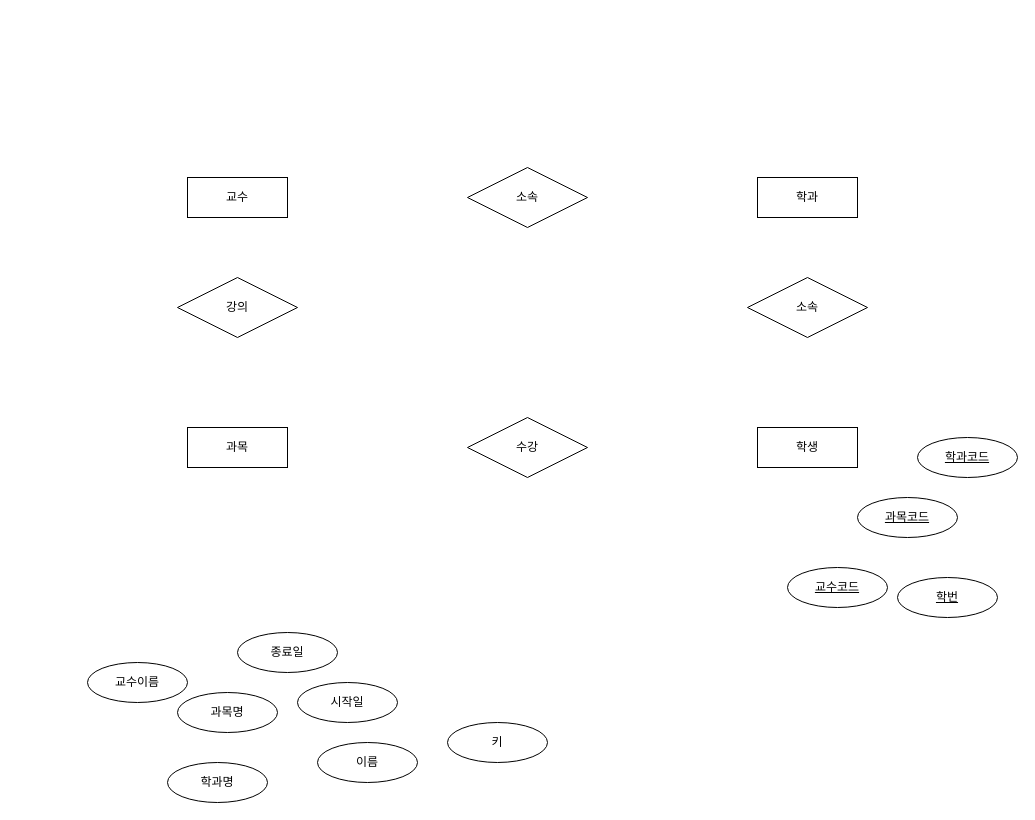
Before: page "페이지-2" (2 of 2) of 온라인전자상거래.drawio in jung79human79/databig, a draw.io diagram. Source tidied: cells renumbered, new cells numbered last; positions are measured from the earlier drawing's top-left corner, leaving out a move shared by most shapes. Both pictures are drawn from the tidied source at 100%, with x=0, y=0 at pixel (87, 167).
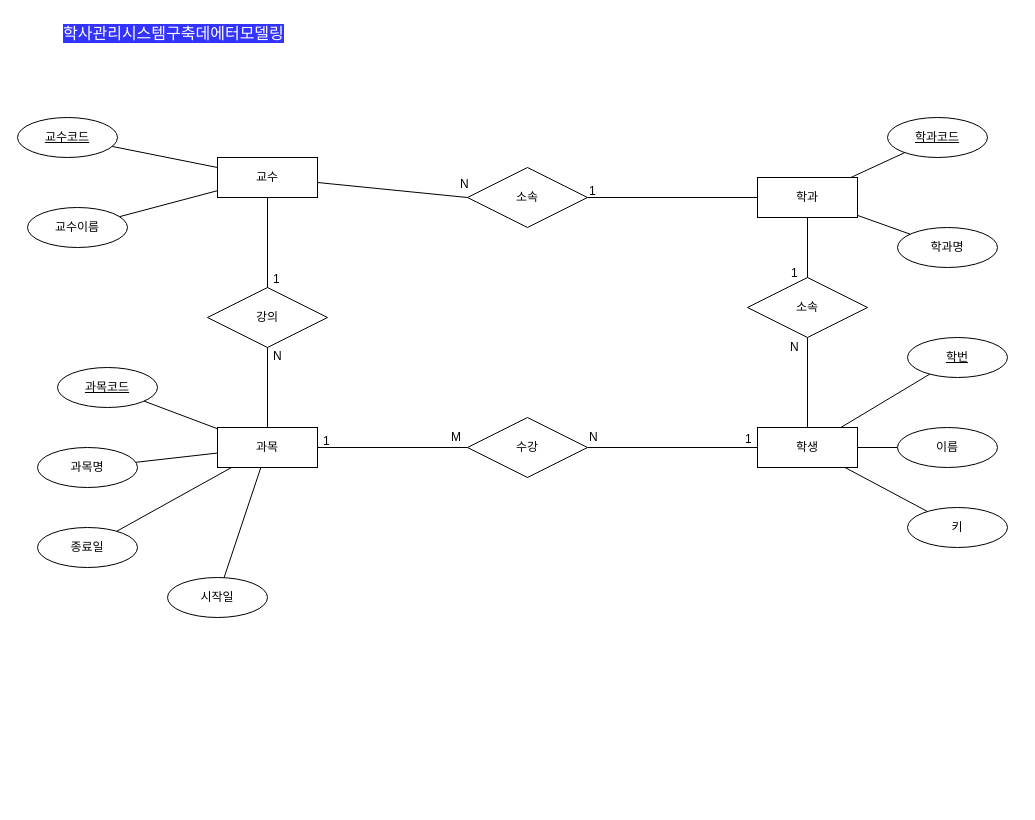
The same page after the edit.

Commit message (it also covers changes not shown here):
온라인전자상거래.drawio 업데이트

Unchanged cells that the change refers to:
```xml
<mxCell id="4" value="학과" style="whiteSpace=wrap;html=1;align=center;" parent="1" vertex="1">
  <mxGeometry x="670" y="10" width="100" height="40" as="geometry" />
</mxCell>
<mxCell id="5" value="학생" style="whiteSpace=wrap;html=1;align=center;" parent="1" vertex="1">
  <mxGeometry x="670" y="260" width="100" height="40" as="geometry" />
</mxCell>
<mxCell id="6" value="소속" style="shape=rhombus;perimeter=rhombusPerimeter;whiteSpace=wrap;html=1;align=center;" parent="1" vertex="1">
  <mxGeometry x="380" width="120" height="60" as="geometry" />
</mxCell>
<mxCell id="8" value="소속" style="shape=rhombus;perimeter=rhombusPerimeter;whiteSpace=wrap;html=1;align=center;" parent="1" vertex="1">
  <mxGeometry x="660" y="110" width="120" height="60" as="geometry" />
</mxCell>
<mxCell id="9" value="수강" style="shape=rhombus;perimeter=rhombusPerimeter;whiteSpace=wrap;html=1;align=center;" parent="1" vertex="1">
  <mxGeometry x="380" y="250" width="120" height="60" as="geometry" />
</mxCell>
```

The edit, as a diff of the source:
```diff
@@
     <mxCell id="2" value="과목" style="whiteSpace=wrap;html=1;align=center;" parent="1" vertex="1">
-      <mxGeometry x="100" y="260" width="100" height="40" as="geometry" />
+      <mxGeometry x="130" y="260" width="100" height="40" as="geometry" />
     </mxCell>
     <mxCell id="3" value="교수" style="whiteSpace=wrap;html=1;align=center;" parent="1" vertex="1">
-      <mxGeometry x="100" y="10" width="100" height="40" as="geometry" />
+      <mxGeometry x="130" y="-10" width="100" height="40" as="geometry" />
     </mxCell>
@@
     <mxCell id="7" value="강의" style="shape=rhombus;perimeter=rhombusPerimeter;whiteSpace=wrap;html=1;align=center;" parent="1" vertex="1">
-      <mxGeometry x="90" y="110" width="120" height="60" as="geometry" />
+      <mxGeometry x="120" y="120" width="120" height="60" as="geometry" />
     </mxCell>
@@
     <mxCell id="10" value="과목명" style="ellipse;whiteSpace=wrap;html=1;align=center;" parent="1" vertex="1">
-      <mxGeometry x="90" y="525" width="100" height="40" as="geometry" />
+      <mxGeometry x="-50" y="280" width="100" height="40" as="geometry" />
     </mxCell>
     <mxCell id="11" value="종료일" style="ellipse;whiteSpace=wrap;html=1;align=center;" parent="1" vertex="1">
-      <mxGeometry x="150" y="465" width="100" height="40" as="geometry" />
+      <mxGeometry x="-50" y="360" width="100" height="40" as="geometry" />
     </mxCell>
     <mxCell id="12" value="교수이름" style="ellipse;whiteSpace=wrap;html=1;align=center;" parent="1" vertex="1">
-      <mxGeometry y="495" width="100" height="40" as="geometry" />
+      <mxGeometry x="-60" y="40" width="100" height="40" as="geometry" />
     </mxCell>
     <mxCell id="13" value="시작일" style="ellipse;whiteSpace=wrap;html=1;align=center;" parent="1" vertex="1">
-      <mxGeometry x="210" y="515" width="100" height="40" as="geometry" />
+      <mxGeometry x="80" y="410" width="100" height="40" as="geometry" />
     </mxCell>
     <mxCell id="14" value="학과명" style="ellipse;whiteSpace=wrap;html=1;align=center;" parent="1" vertex="1">
-      <mxGeometry x="80" y="595" width="100" height="40" as="geometry" />
+      <mxGeometry x="810" y="60" width="100" height="40" as="geometry" />
     </mxCell>
     <mxCell id="15" value="이름" style="ellipse;whiteSpace=wrap;html=1;align=center;" parent="1" vertex="1">
-      <mxGeometry x="230" y="575" width="100" height="40" as="geometry" />
+      <mxGeometry x="810" y="260" width="100" height="40" as="geometry" />
     </mxCell>
     <mxCell id="16" value="키" style="ellipse;whiteSpace=wrap;html=1;align=center;" parent="1" vertex="1">
-      <mxGeometry x="360" y="555" width="100" height="40" as="geometry" />
+      <mxGeometry x="820" y="340" width="100" height="40" as="geometry" />
     </mxCell>
     <mxCell id="17" value="과목코드" style="ellipse;whiteSpace=wrap;html=1;align=center;fontStyle=4;" parent="1" vertex="1">
-      <mxGeometry x="770" y="330" width="100" height="40" as="geometry" />
+      <mxGeometry x="-30" y="200" width="100" height="40" as="geometry" />
     </mxCell>
     <mxCell id="18" value="학과코드" style="ellipse;whiteSpace=wrap;html=1;align=center;fontStyle=4;" parent="1" vertex="1">
-      <mxGeometry x="830" y="270" width="100" height="40" as="geometry" />
+      <mxGeometry x="800" y="-50" width="100" height="40" as="geometry" />
     </mxCell>
     <mxCell id="19" value="교수코드" style="ellipse;whiteSpace=wrap;html=1;align=center;fontStyle=4;" parent="1" vertex="1">
-      <mxGeometry x="700" y="400" width="100" height="40" as="geometry" />
+      <mxGeometry x="-70" y="-50" width="100" height="40" as="geometry" />
     </mxCell>
     <mxCell id="20" value="학번" style="ellipse;whiteSpace=wrap;html=1;align=center;fontStyle=4;" parent="1" vertex="1">
-      <mxGeometry x="810" y="410" width="100" height="40" as="geometry" />
+      <mxGeometry x="820" y="170" width="100" height="40" as="geometry" />
     </mxCell>
+    <mxCell id="21" style="endArrow=none;html=1;rounded=0;" parent="1" edge="1" source="19" target="3">
+      <mxGeometry relative="1" as="geometry" />
+    </mxCell>
+    <mxCell id="22" style="endArrow=none;html=1;rounded=0;" parent="1" edge="1" source="12" target="3">
+      <mxGeometry relative="1" as="geometry" />
+    </mxCell>
+    <mxCell id="23" style="endArrow=none;html=1;rounded=0;" parent="1" edge="1" source="17" target="2">
+      <mxGeometry relative="1" as="geometry" />
+    </mxCell>
+    <mxCell id="24" style="endArrow=none;html=1;rounded=0;" parent="1" edge="1" source="10" target="2">
+      <mxGeometry relative="1" as="geometry" />
+    </mxCell>
+    <mxCell id="25" style="endArrow=none;html=1;rounded=0;" parent="1" edge="1" source="11" target="2">
+      <mxGeometry relative="1" as="geometry" />
+    </mxCell>
+    <mxCell id="26" style="endArrow=none;html=1;rounded=0;" parent="1" edge="1" source="13" target="2">
+      <mxGeometry relative="1" as="geometry" />
+    </mxCell>
+    <mxCell id="27" style="endArrow=none;html=1;rounded=0;" parent="1" edge="1" source="4" target="14">
+      <mxGeometry relative="1" as="geometry" />
+    </mxCell>
+    <mxCell id="28" style="endArrow=none;html=1;rounded=0;" parent="1" edge="1" source="4" target="18">
+      <mxGeometry relative="1" as="geometry" />
+    </mxCell>
+    <mxCell id="29" style="endArrow=none;html=1;rounded=0;" parent="1" edge="1" source="5" target="20">
+      <mxGeometry relative="1" as="geometry" />
+    </mxCell>
+    <mxCell id="30" style="endArrow=none;html=1;rounded=0;" parent="1" edge="1" source="5" target="15">
+      <mxGeometry relative="1" as="geometry" />
+    </mxCell>
+    <mxCell id="31" style="endArrow=none;html=1;rounded=0;" parent="1" edge="1" source="5" target="16">
+      <mxGeometry relative="1" as="geometry" />
+    </mxCell>
+    <mxCell id="32" style="endArrow=none;html=1;rounded=0;entryX=0;entryY=0.5;entryDx=0;entryDy=0;" parent="1" edge="1" source="3" target="6">
+      <mxGeometry relative="1" as="geometry" />
+    </mxCell>
+    <mxCell id="33" style="endArrow=none;html=1;rounded=0;exitX=1;exitY=0.5;exitDx=0;exitDy=0;" parent="1" edge="1" source="6" target="4">
+      <mxGeometry relative="1" as="geometry" />
+    </mxCell>
+    <mxCell id="34" style="endArrow=none;html=1;rounded=0;exitX=0.5;exitY=1;exitDx=0;exitDy=0;" parent="1" edge="1" source="8" target="5">
+      <mxGeometry relative="1" as="geometry" />
+    </mxCell>
+    <mxCell id="35" style="endArrow=none;html=1;rounded=0;entryX=0;entryY=0.5;entryDx=0;entryDy=0;" parent="1" edge="1" source="2" target="9">
+      <mxGeometry relative="1" as="geometry" />
+    </mxCell>
+    <mxCell id="36" style="endArrow=none;html=1;rounded=0;exitX=1;exitY=0.5;exitDx=0;exitDy=0;" parent="1" edge="1" source="9" target="5">
+      <mxGeometry relative="1" as="geometry" />
+    </mxCell>
+    <mxCell id="37" style="endArrow=none;html=1;rounded=0;entryX=0.5;entryY=0;entryDx=0;entryDy=0;" parent="1" edge="1" source="3" target="7">
+      <mxGeometry relative="1" as="geometry" />
+    </mxCell>
+    <mxCell id="38" style="endArrow=none;html=1;rounded=0;exitX=0.5;exitY=1;exitDx=0;exitDy=0;" parent="1" edge="1" source="7" target="2">
+      <mxGeometry relative="1" as="geometry" />
+    </mxCell>
+    <mxCell id="39" style="endArrow=none;html=1;rounded=0;entryX=0.5;entryY=0;entryDx=0;entryDy=0;" parent="1" edge="1" source="4" target="8">
+      <mxGeometry relative="1" as="geometry" />
+    </mxCell>
+    <mxCell id="40" value="N" style="text;strokeColor=none;fillColor=none;spacingLeft=4;spacingRight=4;overflow=hidden;fontSize=12;whiteSpace=wrap;html=1;" parent="1" vertex="1">
+      <mxGeometry x="367" y="3" width="40" height="30" as="geometry" />
+    </mxCell>
+    <mxCell id="41" value="M" style="text;strokeColor=none;fillColor=none;spacingLeft=4;spacingRight=4;overflow=hidden;fontSize=12;whiteSpace=wrap;html=1;" parent="1" vertex="1">
+      <mxGeometry x="358" y="256" width="40" height="30" as="geometry" />
+    </mxCell>
+    <mxCell id="42" value="N" style="text;strokeColor=none;fillColor=none;spacingLeft=4;spacingRight=4;overflow=hidden;fontSize=12;whiteSpace=wrap;html=1;" parent="1" vertex="1">
+      <mxGeometry x="496" y="256" width="40" height="30" as="geometry" />
+    </mxCell>
+    <mxCell id="43" value="N" style="text;strokeColor=none;fillColor=none;spacingLeft=4;spacingRight=4;overflow=hidden;fontSize=12;whiteSpace=wrap;html=1;" parent="1" vertex="1">
+      <mxGeometry x="697" y="166" width="40" height="30" as="geometry" />
+    </mxCell>
+    <mxCell id="44" value="1" style="text;strokeColor=none;fillColor=none;spacingLeft=4;spacingRight=4;overflow=hidden;fontSize=12;whiteSpace=wrap;html=1;" parent="1" vertex="1">
+      <mxGeometry x="496" y="10" width="40" height="30" as="geometry" />
+    </mxCell>
+    <mxCell id="45" value="1" style="text;strokeColor=none;fillColor=none;spacingLeft=4;spacingRight=4;overflow=hidden;fontSize=12;whiteSpace=wrap;html=1;" parent="1" vertex="1">
+      <mxGeometry x="230" y="260" width="40" height="30" as="geometry" />
+    </mxCell>
+    <mxCell id="46" value="1" style="text;strokeColor=none;fillColor=none;spacingLeft=4;spacingRight=4;overflow=hidden;fontSize=12;whiteSpace=wrap;html=1;" parent="1" vertex="1">
+      <mxGeometry x="652" y="258" width="40" height="30" as="geometry" />
+    </mxCell>
+    <mxCell id="47" value="학사관리시스템구축데에터모델링" style="text;strokeColor=none;fillColor=none;spacingLeft=4;spacingRight=4;overflow=hidden;fontSize=16;whiteSpace=wrap;html=1;labelBackgroundColor=#3333FF;fontColor=#FFFFFF;" parent="1" vertex="1">
+      <mxGeometry x="-30" y="-150" width="260" height="40" as="geometry" />
+    </mxCell>
+    <mxCell id="48" value="1" style="text;strokeColor=none;fillColor=none;spacingLeft=4;spacingRight=4;overflow=hidden;fontSize=12;whiteSpace=wrap;html=1;" parent="1" vertex="1">
+      <mxGeometry x="698" y="92" width="40" height="30" as="geometry" />
+    </mxCell>
+    <mxCell id="49" value="1" style="text;strokeColor=none;fillColor=none;spacingLeft=4;spacingRight=4;overflow=hidden;fontSize=12;whiteSpace=wrap;html=1;" parent="1" vertex="1">
+      <mxGeometry x="180" y="98" width="40" height="30" as="geometry" />
+    </mxCell>
+    <mxCell id="50" value="N" style="text;strokeColor=none;fillColor=none;spacingLeft=4;spacingRight=4;overflow=hidden;fontSize=12;whiteSpace=wrap;html=1;" parent="1" vertex="1">
+      <mxGeometry x="180" y="175" width="40" height="30" as="geometry" />
+    </mxCell>
```
